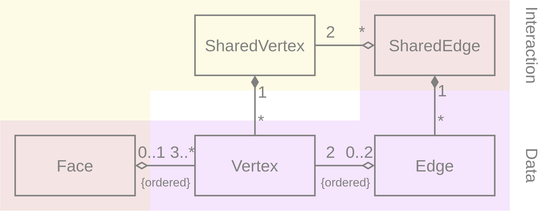
Before: wiki/MetaMeshGraph.svg, a diagram exported from draw.io (YoanWithY/kayo). Source tidied: cells renumbered, new cells last; positions are measured from the earlier drawing's top-left corner, leaving out a move shared by most shapes.
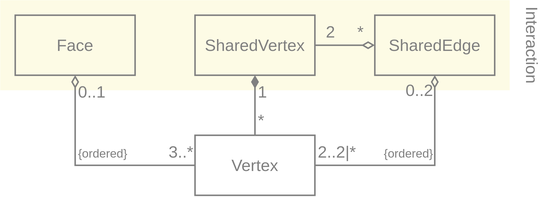
After the commit.

Diff of the diagram source:
```diff
@@ -2,12 +2,9 @@
   <root>
     <mxCell id="0" />
     <mxCell id="1" parent="0" />
-    <mxCell id="2" style="shape=corner;whiteSpace=wrap;html=1;labelBackgroundColor=none;fontFamily=Helvetica;fontSize=11;fontColor=#808080;dx=100;dy=60;strokeColor=none;fillColor=#A100E6;opacity=10;flipH=1;flipV=1;" parent="1" vertex="1">
-      <mxGeometry width="340" height="140" as="geometry" />
-    </mxCell>
-    <mxCell id="3" style="shape=corner;whiteSpace=wrap;html=1;labelBackgroundColor=none;fontFamily=Helvetica;fontSize=11;fontColor=#808080;dx=100;dy=60;strokeColor=none;fillColor=#E6D600;opacity=10;direction=east;flipV=0;flipH=0;" parent="1" vertex="1">
-      <mxGeometry width="340" height="140" as="geometry" />
-    </mxCell>
+    <mxCell id="28" style="rounded=0;whiteSpace=wrap;html=1;fillColor=#E6D600;strokeColor=none;opacity=10;" parent="1" vertex="1">
+      <mxGeometry width="340" height="60" as="geometry" />
+    </mxCell>
     <mxCell id="4" style="edgeStyle=orthogonalEdgeStyle;shape=connector;rounded=0;html=1;labelBackgroundColor=default;strokeColor=#808080;fontFamily=Helvetica;fontSize=11;fontColor=#808080;endArrow=none;endFill=0;startArrow=diamondThin;startFill=1;" parent="1" edge="1" source="7" target="15">
       <mxGeometry relative="1" as="geometry" />
     </mxCell>
@@ -37,19 +34,6 @@
         <mxPoint x="-3" as="offset" />
       </mxGeometry>
     </mxCell>
-    <mxCell id="11" style="edgeStyle=orthogonalEdgeStyle;shape=connector;rounded=0;html=1;labelBackgroundColor=default;strokeColor=#808080;fontFamily=Helvetica;fontSize=11;fontColor=#808080;startArrow=diamondThin;startFill=1;endArrow=none;endFill=0;" parent="1" edge="1" source="14" target="21">
-      <mxGeometry relative="1" as="geometry" />
-    </mxCell>
-    <mxCell id="12" value="1" style="edgeLabel;html=1;align=left;verticalAlign=middle;fontSize=11;fontFamily=Helvetica;fontColor=#808080;labelBackgroundColor=none;" parent="11" vertex="1">
-      <mxGeometry x="-0.34" y="1" relative="1" as="geometry">
-        <mxPoint x="-1" y="-3" as="offset" />
-      </mxGeometry>
-    </mxCell>
-    <mxCell id="13" value="*" style="edgeLabel;html=1;align=left;verticalAlign=middle;fontSize=11;fontFamily=Helvetica;fontColor=#808080;labelBackgroundColor=none;" parent="11" vertex="1">
-      <mxGeometry x="0.63" y="1" relative="1" as="geometry">
-        <mxPoint x="-1" y="-3" as="offset" />
-      </mxGeometry>
-    </mxCell>
     <mxCell id="14" value="SharedEdge" style="rounded=0;whiteSpace=wrap;html=1;fillColor=none;strokeColor=#808080;fontColor=#808080;fontFamily=Helvetica;fontSize=11;" parent="1" vertex="1">
       <mxGeometry x="250" y="10" width="80" height="40" as="geometry" />
     </mxCell>
@@ -57,52 +41,54 @@
       <mxGeometry x="130" y="90" width="80" height="40" as="geometry" />
     </mxCell>
     <mxCell id="16" value="Face" style="rounded=0;whiteSpace=wrap;html=1;fillColor=none;strokeColor=#808080;fontColor=#808080;fontFamily=Helvetica;fontSize=11;" parent="1" vertex="1">
-      <mxGeometry x="10" y="90" width="80" height="40" as="geometry" />
+      <mxGeometry x="10" y="10" width="80" height="40" as="geometry" />
     </mxCell>
-    <mxCell id="17" style="edgeStyle=orthogonalEdgeStyle;shape=connector;rounded=0;html=1;labelBackgroundColor=default;strokeColor=#808080;fontFamily=Helvetica;fontSize=11;fontColor=#808080;startArrow=diamondThin;startFill=0;endArrow=none;endFill=0;" parent="1" edge="1" source="21" target="15">
-      <mxGeometry relative="1" as="geometry" />
+    <mxCell id="17" style="edgeStyle=orthogonalEdgeStyle;shape=connector;rounded=0;html=1;labelBackgroundColor=default;strokeColor=#808080;fontFamily=Helvetica;fontSize=11;fontColor=#808080;startArrow=diamondThin;startFill=0;endArrow=none;endFill=0;" parent="1" edge="1" source="14" target="15">
+      <mxGeometry relative="1" as="geometry">
+        <Array as="points">
+          <mxPoint x="290" y="110" />
+        </Array>
+      </mxGeometry>
     </mxCell>
-    <mxCell id="18" value="0..2" style="edgeLabel;html=1;align=right;verticalAlign=bottom;fontSize=11;fontFamily=Helvetica;fontColor=#808080;labelBackgroundColor=none;" parent="17" vertex="1">
+    <mxCell id="18" value="0..2" style="edgeLabel;html=1;align=right;verticalAlign=middle;fontSize=11;fontFamily=Helvetica;fontColor=#808080;labelBackgroundColor=none;spacing=2;" parent="17" vertex="1">
       <mxGeometry x="-0.67" relative="1" as="geometry">
-        <mxPoint x="6" as="offset" />
+        <mxPoint y="-13" as="offset" />
       </mxGeometry>
     </mxCell>
-    <mxCell id="19" value="2" style="edgeLabel;html=1;align=center;verticalAlign=bottom;fontSize=11;fontFamily=Helvetica;fontColor=#808080;labelBackgroundColor=none;" parent="17" vertex="1">
+    <mxCell id="19" value="2..2|*" style="edgeLabel;html=1;align=left;verticalAlign=bottom;fontSize=11;fontFamily=Helvetica;fontColor=#808080;labelBackgroundColor=none;" parent="17" vertex="1">
       <mxGeometry x="0.7" y="-1" relative="1" as="geometry">
-        <mxPoint x="4" y="1" as="offset" />
+        <mxPoint x="-21" y="1" as="offset" />
       </mxGeometry>
     </mxCell>
-    <mxCell id="20" value="{ordered}" style="edgeLabel;html=1;align=center;verticalAlign=top;fontSize=8;fontColor=#808080;labelBackgroundColor=none;" parent="17" vertex="1">
+    <mxCell id="20" value="{ordered}" style="edgeLabel;html=1;align=right;verticalAlign=bottom;fontSize=8;fontColor=#808080;labelBackgroundColor=none;" parent="17" vertex="1">
       <mxGeometry x="0.23" relative="1" as="geometry">
-        <mxPoint x="5" as="offset" />
+        <mxPoint x="26" as="offset" />
       </mxGeometry>
     </mxCell>
-    <mxCell id="21" value="Edge" style="rounded=0;whiteSpace=wrap;html=1;fillColor=none;strokeColor=#808080;fontColor=#808080;fontFamily=Helvetica;fontSize=11;" parent="1" vertex="1">
-      <mxGeometry x="250" y="90" width="80" height="40" as="geometry" />
-    </mxCell>
     <mxCell id="22" style="edgeStyle=orthogonalEdgeStyle;shape=connector;rounded=0;html=1;labelBackgroundColor=default;strokeColor=#808080;fontFamily=Helvetica;fontSize=11;fontColor=#808080;startArrow=diamondThin;startFill=0;endArrow=none;endFill=0;" parent="1" edge="1" source="16" target="15">
-      <mxGeometry relative="1" as="geometry" />
+      <mxGeometry relative="1" as="geometry">
+        <Array as="points">
+          <mxPoint x="50" y="110" />
+        </Array>
+      </mxGeometry>
     </mxCell>
     <mxCell id="23" value="3..*" style="edgeLabel;align=right;verticalAlign=bottom;fontSize=11;fontFamily=Helvetica;fontColor=#808080;labelBackgroundColor=none;spacing=2;spacingTop=0;spacingLeft=0;spacingRight=0;html=1;" parent="22" vertex="1">
       <mxGeometry x="0.71" relative="1" as="geometry">
-        <mxPoint x="6" as="offset" />
+        <mxPoint x="20" as="offset" />
       </mxGeometry>
     </mxCell>
-    <mxCell id="24" value="0..1" style="edgeLabel;html=1;align=left;verticalAlign=bottom;fontSize=11;fontFamily=Helvetica;fontColor=#808080;labelBackgroundColor=none;" parent="22" vertex="1">
+    <mxCell id="24" value="0..1" style="edgeLabel;html=1;align=left;verticalAlign=middle;fontSize=11;fontFamily=Helvetica;fontColor=#808080;labelBackgroundColor=none;" parent="22" vertex="1">
       <mxGeometry x="-0.41" y="-1" relative="1" as="geometry">
-        <mxPoint x="-12" y="-1" as="offset" />
+        <mxPoint x="1" y="-31" as="offset" />
       </mxGeometry>
     </mxCell>
-    <mxCell id="25" value="{ordered}" style="edgeLabel;html=1;align=center;verticalAlign=top;fontSize=8;labelBackgroundColor=none;fontColor=#808080;" parent="22" vertex="1">
+    <mxCell id="25" value="{ordered}" style="edgeLabel;html=1;align=left;verticalAlign=bottom;fontSize=8;labelBackgroundColor=none;fontColor=#808080;" parent="22" vertex="1">
       <mxGeometry x="-0.14" y="-1" relative="1" as="geometry">
-        <mxPoint x="3" y="-1" as="offset" />
+        <mxPoint y="-1" as="offset" />
       </mxGeometry>
     </mxCell>
     <mxCell id="26" value="Interaction" style="text;html=1;strokeColor=none;fillColor=none;align=center;verticalAlign=middle;whiteSpace=wrap;rounded=0;labelBackgroundColor=none;fontFamily=Helvetica;fontSize=11;fontColor=#808080;opacity=10;horizontal=0;rotation=-180;" parent="1" vertex="1">
       <mxGeometry x="340" width="30" height="60" as="geometry" />
     </mxCell>
-    <mxCell id="27" value="Data" style="text;html=1;strokeColor=none;fillColor=none;align=center;verticalAlign=middle;whiteSpace=wrap;rounded=0;labelBackgroundColor=none;fontFamily=Helvetica;fontSize=11;fontColor=#808080;opacity=10;horizontal=0;rotation=-180;" parent="1" vertex="1">
-      <mxGeometry x="340" y="80" width="30" height="60" as="geometry" />
-    </mxCell>
   </root>
 </mxGraphModel>
```
